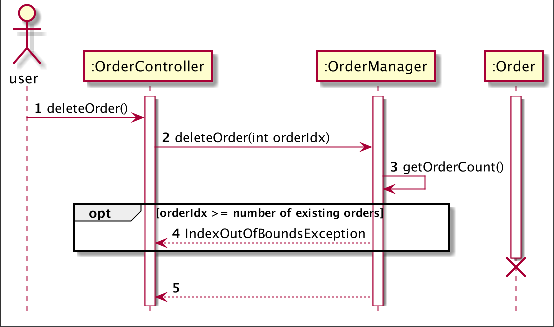
nus-cs2113-AY2122S2/tp keeps this PlantUML diagram as docs/diagrams/sqeuence/OrderManager_deleteOrder.png. Above is the earlier version. Its source is kept beside it as docs/uml/sequence/OrderManager_deleteOrder.puml. Source of this version:
```plantuml
@startuml

autonumber
hide footbox

actor user
participant ":OrderController" as ordercontroller
participant ":OrderManager" as ordermanager
participant ":Order" as order

activate ordercontroller
activate ordermanager
activate order
user -> ordercontroller: deleteOrder()

ordercontroller -> ordermanager: deleteOrder(int orderIdx)


ordermanager -> ordermanager: getOrderCount()

opt orderIdx >= number of existing orders
ordermanager --> ordercontroller : IndexOutOfBoundsException
end

deactivate order
destroy order

ordermanager --> ordercontroller
@enduml
```
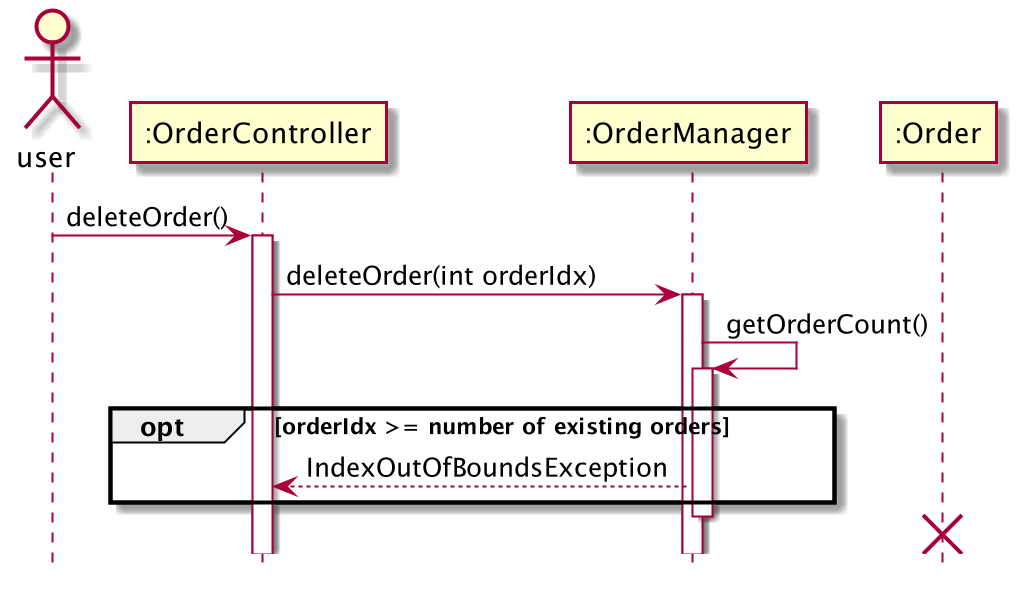
Above is the later version.

Change to the diagram source:
```diff
@@ -1,6 +1,5 @@
 @startuml
 
-autonumber
 hide footbox
 
 actor user
@@ -8,22 +7,20 @@
 participant ":OrderManager" as ordermanager
 participant ":Order" as order
 
+user -> ordercontroller: deleteOrder()
 activate ordercontroller
-activate ordermanager
-activate order
-user -> ordercontroller: deleteOrder()
 
 ordercontroller -> ordermanager: deleteOrder(int orderIdx)
+activate ordermanager
 
 
 ordermanager -> ordermanager: getOrderCount()
+activate ordermanager
 
 opt orderIdx >= number of existing orders
 ordermanager --> ordercontroller : IndexOutOfBoundsException
 end
-
-deactivate order
+deactivate ordermanager
 destroy order
 
-ordermanager --> ordercontroller
 @enduml
```
